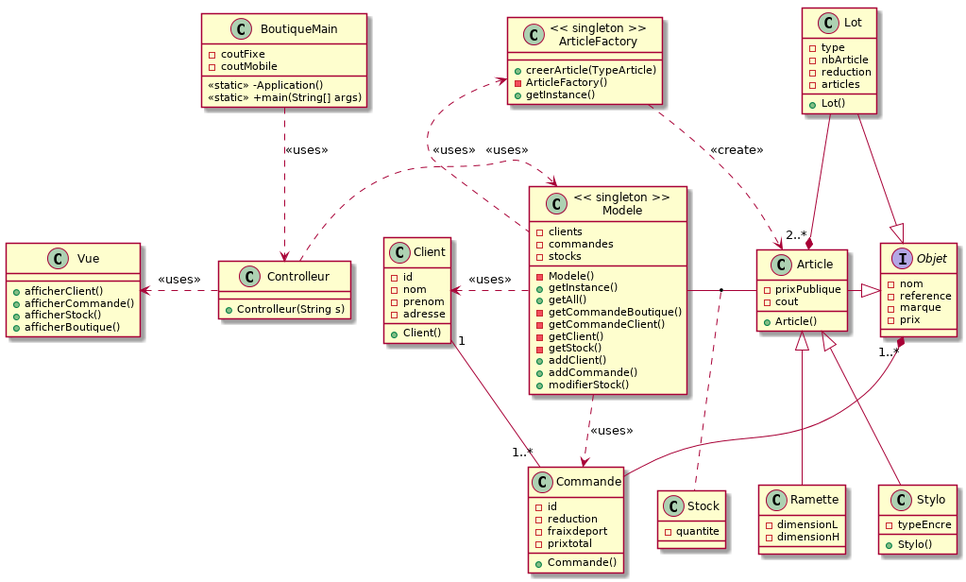
The PlantUML diagram doc/class.png in Yoanr/GestionBoutique, before a commit.
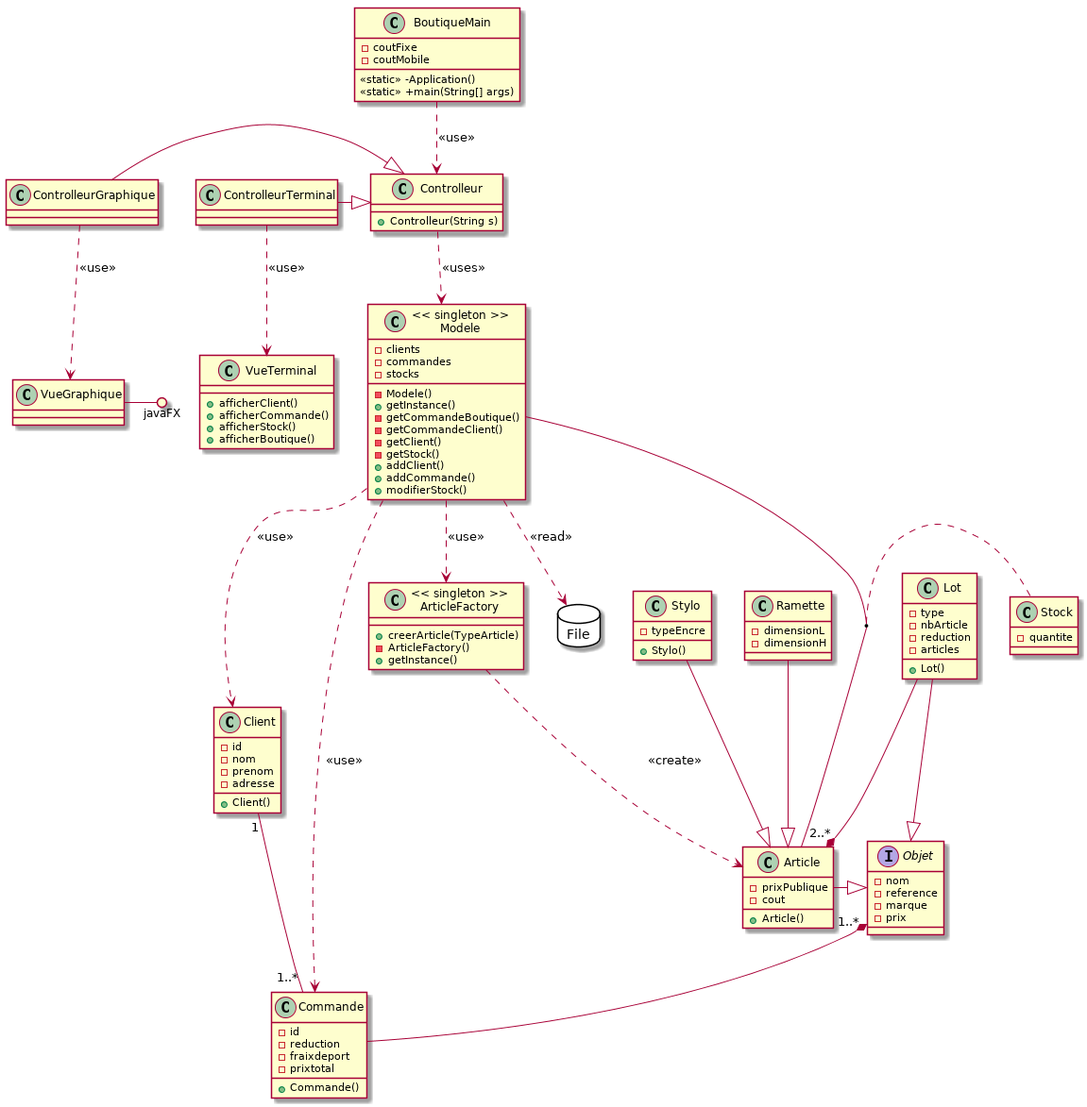
The same diagram one commit later.

Commit message:
amelioration diag

Change to the diagram source:
```diff
@@ -1,4 +1,7 @@
 @startuml
+
+database "File" {
+}
 
 class Client {
 +Client()
@@ -55,7 +58,7 @@
 -dimensionH
 }
 
-class "<< singleton >>\nArticleFactory"{
+class "<< singleton >>\nArticleFactory" as ArticleFactory{
 +creerArticle(TypeArticle)
 -ArticleFactory()
 +getInstance()
@@ -69,7 +72,6 @@
 class "<< singleton >>\nModele" as Modele{
 -Modele()
 +getInstance()
-+getAll()
 -getCommandeBoutique()
 -getCommandeClient()
 -getClient()
@@ -86,7 +88,12 @@
 +Controlleur(String s)
 }
 
-class Vue{
+class ControlleurTerminal{
+}
+class ControlleurGraphique{
+}
+
+class VueTerminal{
 +afficherClient()
 +afficherCommande()
 +afficherStock()
@@ -96,21 +103,32 @@
 
 
 
-Modele .left.> Client : << uses >>
-Modele .down.> Commande : << uses >>
+Modele ..> Client : << use >>
+Modele ..> Commande : << use >>
 Client "1" -- "1..*" Commande
 Article -|> Objet
 Lot -|> Objet
 Lot --* "2..*" Article
-Stylo -up-|> Article
-Ramette -up-|> Article
+Stylo --|> Article
+Ramette --|> Article
 Objet "1..*" *-- Commande
-"<< singleton >>\nArticleFactory" .down.> Article : "<< create >>"
 
-Modele  -right-  Article
-(Modele, Article) .up. Stock
-Modele .up.> "<< singleton >>\nArticleFactory" : "<< uses >>"
-Boutique ..> Controlleur : << uses >>
-Controlleur .right.> Modele : << uses >>
-Controlleur .left.> Vue : << uses >>
+ArticleFactory ..> Article : "<< create >>"
+
+Modele  --  Article
+(Modele, Article) .. Stock
+Modele ..> ArticleFactory : "<< use >>"
+Modele ..> File : << read >>
+
+ControlleurGraphique -|> Controlleur
+ControlleurTerminal -|> Controlleur
+
+Controlleur ..> Modele : << uses >>
+
+ControlleurTerminal ..> VueTerminal : << use >>
+ControlleurGraphique ..> VueGraphique : << use >>
+VueGraphique -() javaFX
+
+
+Boutique ..> Controlleur : << use >>
 @enduml
```
